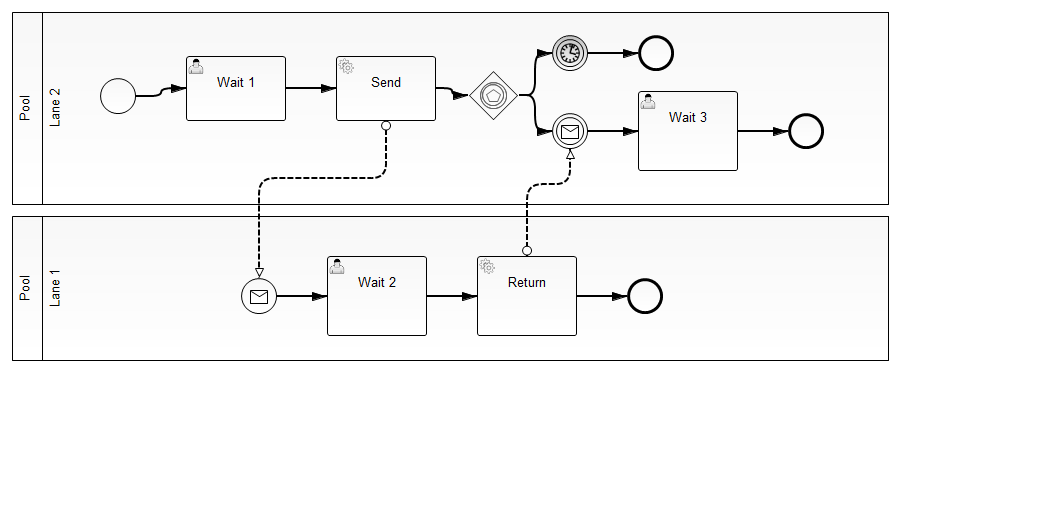
The BPMN diagram bpmn-server/src/main/resources/TestCollaboration.png in gheddie/bpmn_watcher_all_new, before a commit. Its source is kept beside it as bpmn-server/src/main/resources/TestCollaboration.bpmn. Ids are renumbered.
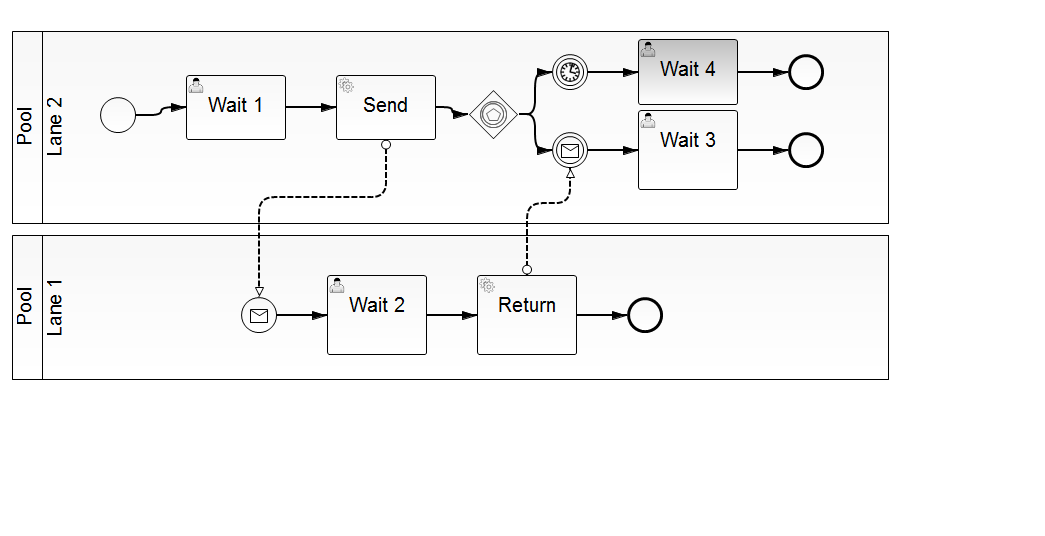
The same diagram one commit later.

What changed in the source:
```diff
@@ -14,9 +14,10 @@
         <bpmn2:flowNodeRef>EventBasedGateway_1</bpmn2:flowNodeRef>
         <bpmn2:flowNodeRef>IntermediateCatchEvent_1</bpmn2:flowNodeRef>
         <bpmn2:flowNodeRef>IntermediateCatchEvent_2</bpmn2:flowNodeRef>
-        <bpmn2:flowNodeRef>EndEvent_2</bpmn2:flowNodeRef>
         <bpmn2:flowNodeRef>UserTask_3</bpmn2:flowNodeRef>
         <bpmn2:flowNodeRef>EndEvent_4</bpmn2:flowNodeRef>
+        <bpmn2:flowNodeRef>EndEvent_2</bpmn2:flowNodeRef>
+        <bpmn2:flowNodeRef>UserTask_4</bpmn2:flowNodeRef>
       </bpmn2:lane>
     </bpmn2:laneSet>
     <bpmn2:startEvent id="StartEvent_1">
@@ -43,7 +44,7 @@
       <bpmn2:incoming>SequenceFlow_4</bpmn2:incoming>
       <bpmn2:outgoing>SequenceFlow_7</bpmn2:outgoing>
       <bpmn2:timerEventDefinition id="_TimerEventDefinition_2">
-        <bpmn2:timeDuration xsi:type="bpmn2:tFormalExpression">P0DT1H0M0S</bpmn2:timeDuration>
+        <bpmn2:timeDuration xsi:type="bpmn2:tFormalExpression">P0DT0H0M30S</bpmn2:timeDuration>
       </bpmn2:timerEventDefinition>
     </bpmn2:intermediateCatchEvent>
     <bpmn2:sequenceFlow id="SequenceFlow_5" name="" sourceRef="EventBasedGateway_1" targetRef="IntermediateCatchEvent_2"/>
@@ -52,10 +53,7 @@
       <bpmn2:outgoing>SequenceFlow_11</bpmn2:outgoing>
       <bpmn2:messageEventDefinition id="_MessageEventDefinition_3" messageRef="Message_2"/>
     </bpmn2:intermediateCatchEvent>
-    <bpmn2:endEvent id="EndEvent_2">
-      <bpmn2:incoming>SequenceFlow_7</bpmn2:incoming>
-    </bpmn2:endEvent>
-    <bpmn2:sequenceFlow id="SequenceFlow_7" name="" sourceRef="IntermediateCatchEvent_1" targetRef="EndEvent_2"/>
+    <bpmn2:sequenceFlow id="SequenceFlow_7" name="" sourceRef="IntermediateCatchEvent_1" targetRef="UserTask_4"/>
     <bpmn2:userTask id="UserTask_3" name="Wait 3">
       <bpmn2:incoming>SequenceFlow_11</bpmn2:incoming>
       <bpmn2:outgoing>SequenceFlow_12</bpmn2:outgoing>
@@ -65,6 +63,14 @@
       <bpmn2:incoming>SequenceFlow_12</bpmn2:incoming>
     </bpmn2:endEvent>
     <bpmn2:sequenceFlow id="SequenceFlow_12" name="" sourceRef="UserTask_3" targetRef="EndEvent_4"/>
+    <bpmn2:endEvent id="EndEvent_2">
+      <bpmn2:incoming>SequenceFlow_6</bpmn2:incoming>
+    </bpmn2:endEvent>
+    <bpmn2:userTask id="UserTask_4" name="Wait 4">
+      <bpmn2:incoming>SequenceFlow_7</bpmn2:incoming>
+      <bpmn2:outgoing>SequenceFlow_6</bpmn2:outgoing>
+    </bpmn2:userTask>
+    <bpmn2:sequenceFlow id="SequenceFlow_6" name="" sourceRef="UserTask_4" targetRef="EndEvent_2"/>
   </bpmn2:process>
   <bpmn2:process id="returnProcess" name="Return process" isExecutable="true">
     <bpmn2:laneSet id="LaneSet_1" name="Lane Set 1">
@@ -199,12 +205,12 @@
         </bpmndi:BPMNLabel>
       </bpmndi:BPMNEdge>
       <bpmndi:BPMNShape id="_BPMNShape_EndEvent_3" bpmnElement="EndEvent_2">
-        <dc:Bounds height="36.0" width="36.0" x="638.0" y="35.0"/>
+        <dc:Bounds height="36.0" width="36.0" x="788.0" y="35.0"/>
         <bpmndi:BPMNLabel>
-          <dc:Bounds height="0.0" width="0.0" x="656.0" y="76.0"/>
+          <dc:Bounds height="0.0" width="0.0" x="806.0" y="76.0"/>
         </bpmndi:BPMNLabel>
       </bpmndi:BPMNShape>
-      <bpmndi:BPMNEdge id="BPMNEdge_SequenceFlow_7" bpmnElement="SequenceFlow_7" sourceElement="_BPMNShape_IntermediateCatchEvent_2" targetElement="_BPMNShape_EndEvent_3">
+      <bpmndi:BPMNEdge id="BPMNEdge_SequenceFlow_7" bpmnElement="SequenceFlow_7" sourceElement="_BPMNShape_IntermediateCatchEvent_2" targetElement="_BPMNShape_UserTask_14">
         <di:waypoint xsi:type="dc:Point" x="588.0" y="53.0"/>
         <di:waypoint xsi:type="dc:Point" x="638.0" y="53.0"/>
         <bpmndi:BPMNLabel>
@@ -270,6 +276,16 @@
         <di:waypoint xsi:type="dc:Point" x="738.0" y="131.0"/>
         <di:waypoint xsi:type="dc:Point" x="788.0" y="131.0"/>
       </bpmndi:BPMNEdge>
+      <bpmndi:BPMNShape id="_BPMNShape_UserTask_14" bpmnElement="UserTask_4">
+        <dc:Bounds height="66.0" width="100.0" x="638.0" y="20.0"/>
+      </bpmndi:BPMNShape>
+      <bpmndi:BPMNEdge id="BPMNEdge_SequenceFlow_6" bpmnElement="SequenceFlow_6" sourceElement="_BPMNShape_UserTask_14" targetElement="_BPMNShape_EndEvent_3">
+        <di:waypoint xsi:type="dc:Point" x="738.0" y="53.0"/>
+        <di:waypoint xsi:type="dc:Point" x="788.0" y="53.0"/>
+        <bpmndi:BPMNLabel>
+          <dc:Bounds height="6.0" width="6.0" x="776.0" y="53.0"/>
+        </bpmndi:BPMNLabel>
+      </bpmndi:BPMNEdge>
     </bpmndi:BPMNPlane>
   </bpmndi:BPMNDiagram>
 </bpmn2:definitions>
```
